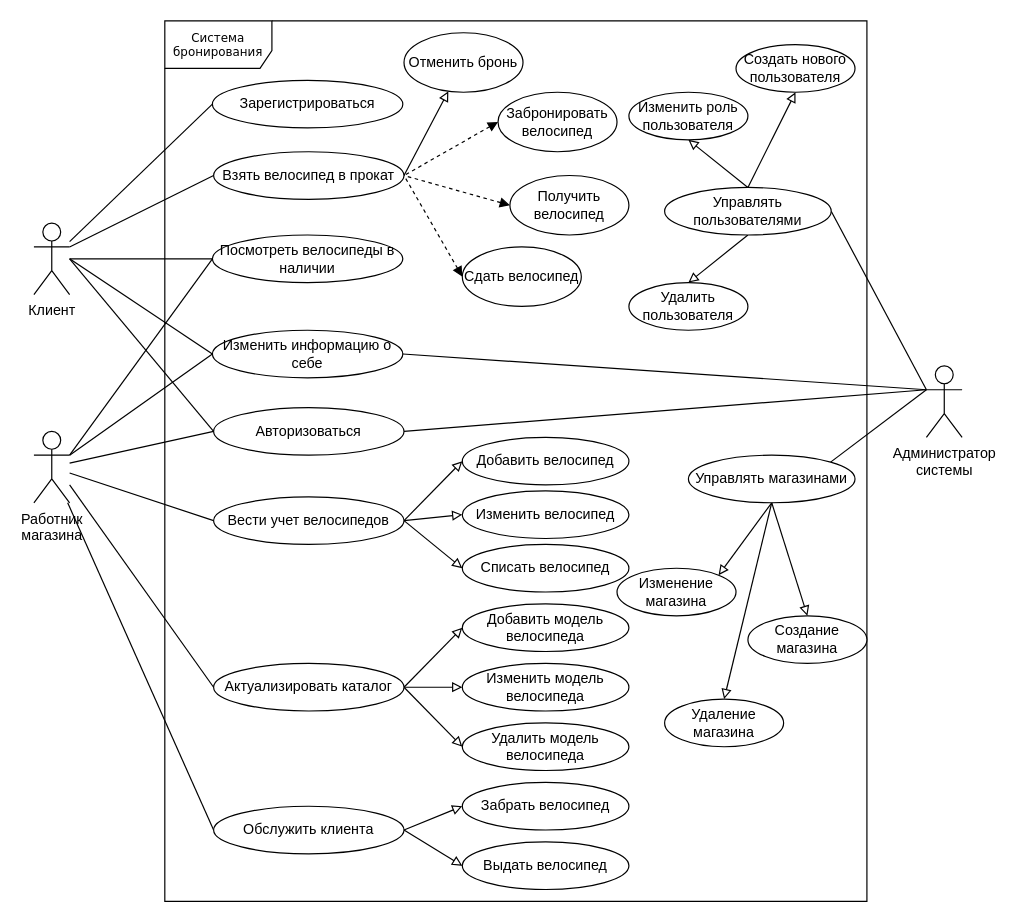
Earlier version of the draw.io diagram page "Диаграмма сценариев использования" (4 of 6) of Диаграммы проката велосипедов.drawio (GeorgeAlwaysWin/BikeRent). Source tidied: cells renumbered, new cells numbered last; positions are measured from the earlier drawing's top-left corner, leaving out a move shared by most shapes. Both pictures are drawn from the tidied source at 119%, with x=0, y=0 at pixel (33, 20).
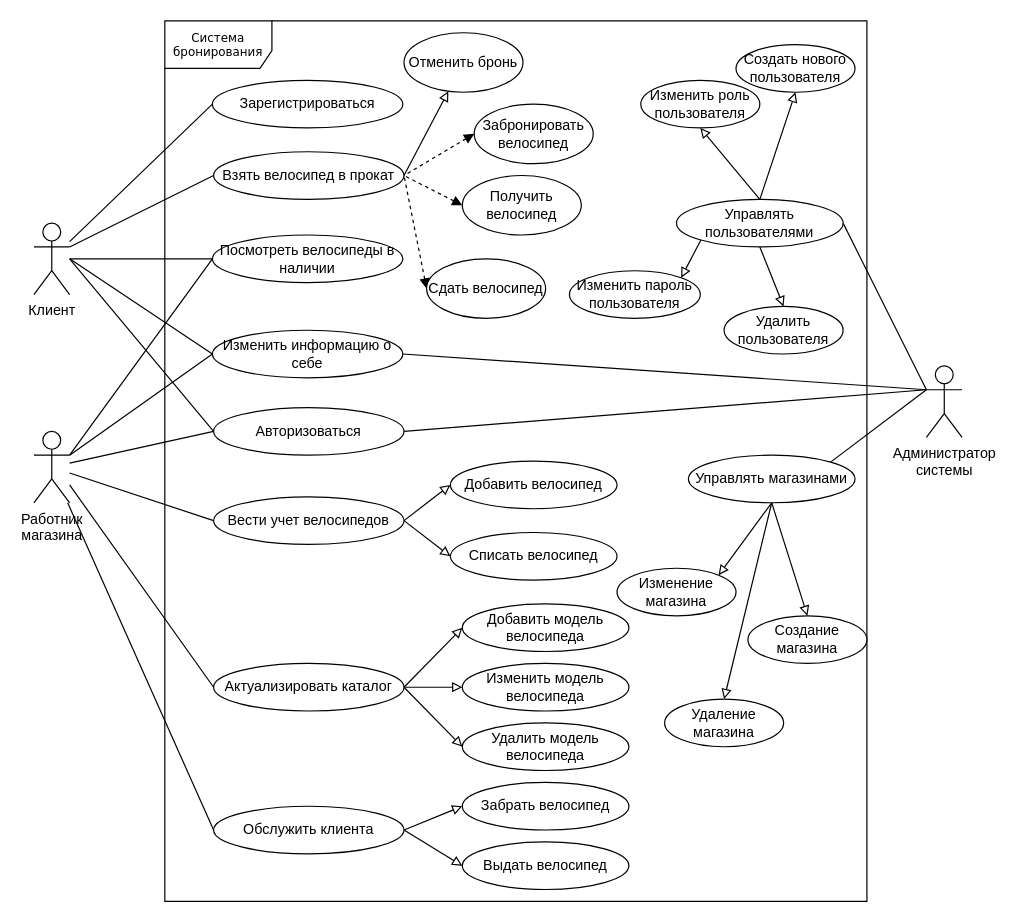
The same page after the edit.

The change refers to these unchanged cells:
```xml
<mxCell id="36" value="Вести учет велосипедов" style="ellipse;whiteSpace=wrap;html=1;" parent="1" vertex="1">
  <mxGeometry x="151" y="400" width="160" height="40" as="geometry" />
</mxCell>
```

Diff of the diagram source:
```diff
@@
     <mxCell id="15" value="Изменить роль пользователя" style="ellipse;whiteSpace=wrap;html=1;" parent="1" vertex="1">
-      <mxGeometry x="500" y="60" width="100" height="40" as="geometry" />
+      <mxGeometry x="510" y="50" width="100" height="40" as="geometry" />
     </mxCell>
@@
     <mxCell id="22" value="Удалить пользователя" style="ellipse;whiteSpace=wrap;html=1;" parent="1" vertex="1">
-      <mxGeometry x="500" y="220" width="100" height="40" as="geometry" />
+      <mxGeometry x="580" y="240" width="100" height="40" as="geometry" />
     </mxCell>
@@
     <mxCell id="27" value="Получить велосипед" style="ellipse;whiteSpace=wrap;html=1;" parent="1" vertex="1">
-      <mxGeometry x="400" y="130" width="100" height="50" as="geometry" />
+      <mxGeometry x="360" y="130" width="100" height="50" as="geometry" />
     </mxCell>
@@
     <mxCell id="29" value="Сдать велосипед" style="ellipse;whiteSpace=wrap;html=1;" parent="1" vertex="1">
-      <mxGeometry x="360" y="190" width="100" height="50" as="geometry" />
+      <mxGeometry x="330" y="200" width="100" height="50" as="geometry" />
     </mxCell>
@@
-    <mxCell id="35" style="edgeStyle=none;shape=connector;rounded=0;jettySize=auto;html=1;exitX=1;exitY=0.5;exitDx=0;exitDy=0;entryX=0;entryY=0.5;entryDx=0;entryDy=0;strokeColor=default;align=center;verticalAlign=middle;fontFamily=Helvetica;fontSize=16;fontColor=default;labelBackgroundColor=default;startFill=0;endArrow=block;endFill=0;" parent="1" edge="1" source="36" target="66">
-      <mxGeometry relative="1" as="geometry" />
-    </mxCell>
@@
     <mxCell id="45" value="Добавить велосипед" style="ellipse;whiteSpace=wrap;html=1;" parent="1" vertex="1">
-      <mxGeometry x="360" y="350" width="140" height="40" as="geometry" />
+      <mxGeometry x="350" y="370" width="140" height="40" as="geometry" />
     </mxCell>
     <mxCell id="46" value="Списать велосипед" style="ellipse;whiteSpace=wrap;html=1;" parent="1" vertex="1">
-      <mxGeometry x="360" y="440" width="140" height="40" as="geometry" />
+      <mxGeometry x="350" y="430" width="140" height="40" as="geometry" />
     </mxCell>
@@
     <mxCell id="52" value="Управлять пользователями" style="ellipse;whiteSpace=wrap;html=1;" parent="1" vertex="1">
-      <mxGeometry x="530" y="140" width="140" height="40" as="geometry" />
+      <mxGeometry x="540" y="150" width="140" height="40" as="geometry" />
     </mxCell>
@@
     <mxCell id="55" value="Забронировать велосипед" style="ellipse;whiteSpace=wrap;html=1;" parent="1" vertex="1">
-      <mxGeometry x="390" y="60" width="100" height="50" as="geometry" />
+      <mxGeometry x="370" y="70" width="100" height="50" as="geometry" />
     </mxCell>
@@
-    <mxCell id="66" value="Изменить велосипед" style="ellipse;whiteSpace=wrap;html=1;" parent="1" vertex="1">
-      <mxGeometry x="360" y="395" width="140" height="40" as="geometry" />
-    </mxCell>
+    <mxCell id="67" value="Изменить пароль пользователя" style="ellipse;whiteSpace=wrap;html=1;" parent="1" vertex="1">
+      <mxGeometry x="450" y="210" width="110" height="40" as="geometry" />
+    </mxCell>
+    <mxCell id="68" style="edgeStyle=none;shape=connector;rounded=0;jettySize=auto;html=1;exitX=0;exitY=1;exitDx=0;exitDy=0;entryX=1;entryY=0;entryDx=0;entryDy=0;strokeColor=default;align=center;verticalAlign=middle;fontFamily=Helvetica;fontSize=12;fontColor=default;labelBackgroundColor=default;startFill=0;endArrow=block;endFill=0;" parent="1" edge="1" source="52" target="67">
+      <mxGeometry relative="1" as="geometry" />
+    </mxCell>
```
